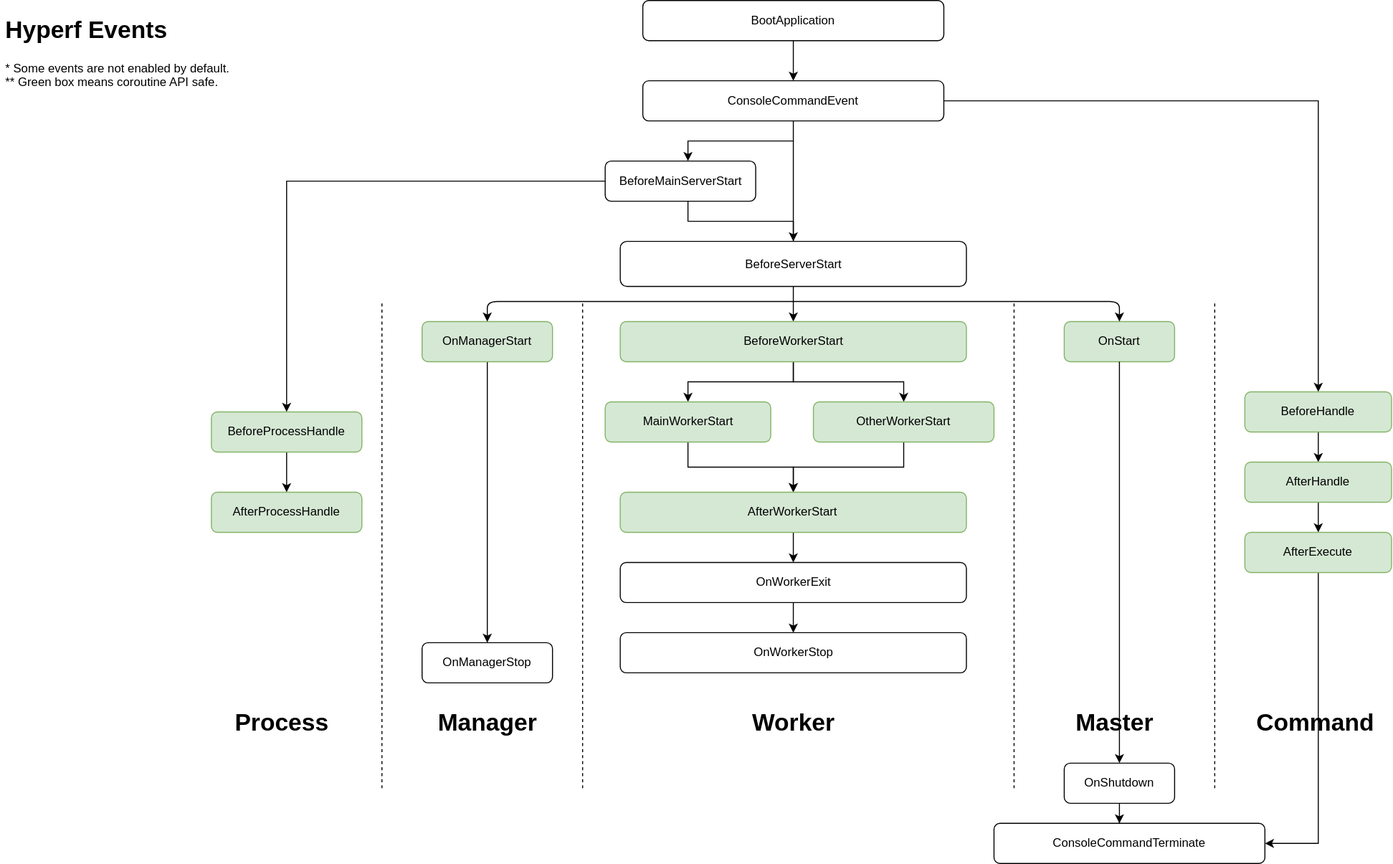
Before: doc/zh-cn/imgs/hyperf-events.svg, a diagram exported from draw.io (hyperf/hyperf). Source tidied: cells renumbered, new cells last; positions are measured from the earlier drawing's top-left corner, leaving out a move shared by most shapes.
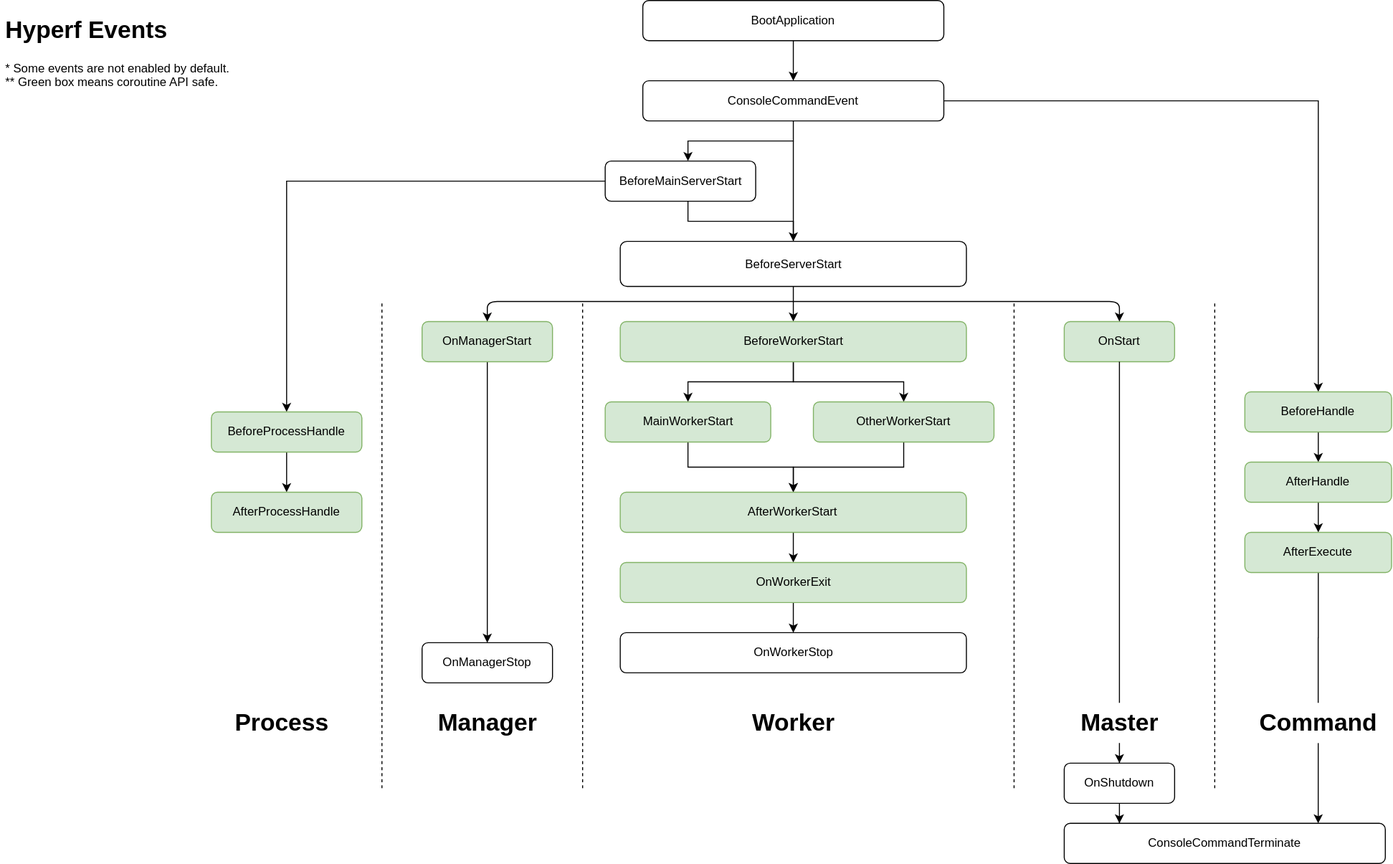
Above is the later version.

Change to the diagram source:
```diff
@@ -34,13 +34,9 @@
     <mxCell id="10" value="AfterHandle" style="rounded=1;whiteSpace=wrap;html=1;fontSize=12;glass=0;strokeWidth=1;shadow=0;fillColor=#d5e8d4;strokeColor=#82b366;" parent="1" vertex="1">
       <mxGeometry x="1240" y="460" width="146.2" height="40" as="geometry" />
     </mxCell>
-    <mxCell id="11" style="edgeStyle=orthogonalEdgeStyle;rounded=0;jettySize=auto;html=1;entryX=1;entryY=0.5;entryDx=0;entryDy=0;" parent="1" edge="1" source="12" target="33">
-      <mxGeometry relative="1" as="geometry">
-        <Array as="points">
-          <mxPoint x="1313" y="840" />
-        </Array>
-      </mxGeometry>
-    </mxCell>
+    <mxCell id="54" style="edgeStyle=orthogonalEdgeStyle;rounded=0;jettySize=auto;html=1;strokeColor=#000000;endArrow=none;endFill=0;" parent="1" edge="1" source="12" target="51">
+      <mxGeometry relative="1" as="geometry" />
+    </mxCell>
     <mxCell id="12" value="AfterExecute" style="rounded=1;whiteSpace=wrap;html=1;fontSize=12;glass=0;strokeWidth=1;shadow=0;fillColor=#d5e8d4;strokeColor=#82b366;" parent="1" vertex="1">
       <mxGeometry x="1240" y="530" width="146.2" height="40" as="geometry" />
     </mxCell>
@@ -103,14 +99,14 @@
     <mxCell id="30" style="edgeStyle=orthogonalEdgeStyle;rounded=0;jettySize=auto;html=1;" parent="1" edge="1" source="31" target="32">
       <mxGeometry relative="1" as="geometry" />
     </mxCell>
-    <mxCell id="31" value="OnWorkerExit" style="rounded=1;whiteSpace=wrap;html=1;fontSize=12;glass=0;strokeWidth=1;shadow=0;" parent="1" vertex="1">
+    <mxCell id="31" value="OnWorkerExit" style="rounded=1;whiteSpace=wrap;html=1;fontSize=12;glass=0;strokeWidth=1;shadow=0;fillColor=#d5e8d4;strokeColor=#82b366;" parent="1" vertex="1">
       <mxGeometry x="617.5" y="560" width="345" height="40" as="geometry" />
     </mxCell>
     <mxCell id="32" value="&lt;span style=&quot;white-space: normal&quot;&gt;OnWorkerStop&lt;/span&gt;" style="rounded=1;whiteSpace=wrap;html=1;fontSize=12;glass=0;strokeWidth=1;shadow=0;" parent="1" vertex="1">
       <mxGeometry x="617.5" y="630" width="345" height="40" as="geometry" />
     </mxCell>
     <mxCell id="33" value="ConsoleCommandTerminate" style="rounded=1;whiteSpace=wrap;html=1;fontSize=12;glass=0;strokeWidth=1;shadow=0;" parent="1" vertex="1">
-      <mxGeometry x="990" y="820" width="270" height="40" as="geometry" />
+      <mxGeometry x="1060" y="820" width="320" height="40" as="geometry" />
     </mxCell>
     <mxCell id="34" style="edgeStyle=orthogonalEdgeStyle;rounded=0;jettySize=auto;html=1;" parent="1" edge="1" source="35" target="40">
       <mxGeometry relative="1" as="geometry" />
@@ -190,13 +186,19 @@
     <mxCell id="50" value="Worker" style="text;strokeColor=none;fillColor=none;html=1;fontSize=24;fontStyle=1;verticalAlign=middle;align=center;" parent="1" vertex="1">
       <mxGeometry x="740" y="700" width="100" height="40" as="geometry" />
     </mxCell>
+    <mxCell id="55" style="edgeStyle=orthogonalEdgeStyle;rounded=0;jettySize=auto;html=1;entryX=0.791;entryY=0;entryDx=0;entryDy=0;entryPerimeter=0;" parent="1" edge="1" source="51" target="33">
+      <mxGeometry relative="1" as="geometry" />
+    </mxCell>
     <mxCell id="51" value="Command" style="text;strokeColor=none;fillColor=none;html=1;fontSize=24;fontStyle=1;verticalAlign=middle;align=center;" parent="1" vertex="1">
-      <mxGeometry x="1260" y="700" width="100" height="40" as="geometry" />
+      <mxGeometry x="1263.1" y="700" width="100" height="40" as="geometry" />
     </mxCell>
+    <mxCell id="56" style="edgeStyle=orthogonalEdgeStyle;rounded=0;jettySize=auto;html=1;entryX=0.5;entryY=0;entryDx=0;entryDy=0;" parent="1" edge="1" source="52" target="39">
+      <mxGeometry relative="1" as="geometry" />
+    </mxCell>
     <mxCell id="52" value="Master" style="text;strokeColor=none;fillColor=none;html=1;fontSize=24;fontStyle=1;verticalAlign=middle;align=center;" parent="1" vertex="1">
-      <mxGeometry x="1060" y="700" width="100" height="40" as="geometry" />
+      <mxGeometry x="1065" y="700" width="100" height="40" as="geometry" />
     </mxCell>
-    <mxCell id="53" style="endArrow=classic;html=1;entryX=0.5;entryY=0;entryDx=0;entryDy=0;exitX=0.5;exitY=1;exitDx=0;exitDy=0;" parent="1" edge="1" source="37" target="39">
+    <mxCell id="53" style="endArrow=none;html=1;exitX=0.5;exitY=1;exitDx=0;exitDy=0;entryX=0.5;entryY=0;entryDx=0;entryDy=0;endFill=0;" parent="1" edge="1" source="37" target="52">
       <mxGeometry relative="1" as="geometry" />
     </mxCell>
   </root>
```
